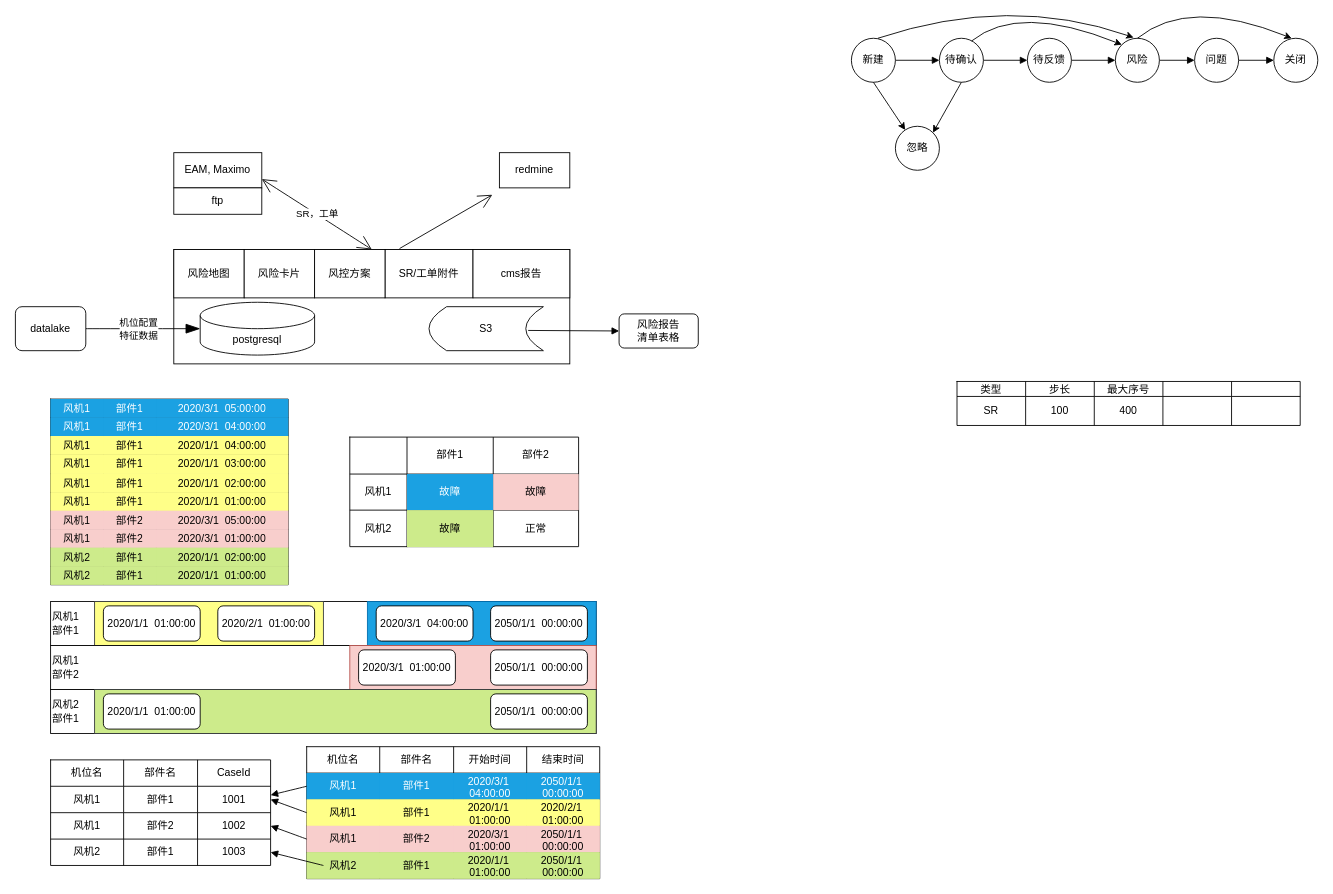
Earlier version of the draw.io diagram 云端透视.drawio (tonyleifang/tony). Source tidied: cells renumbered, new cells numbered last; positions are measured from the earlier drawing's top-left corner, leaving out a move shared by most shapes. Both pictures are drawn from the tidied source at 88%, with x=0, y=0 at pixel (15, -6).
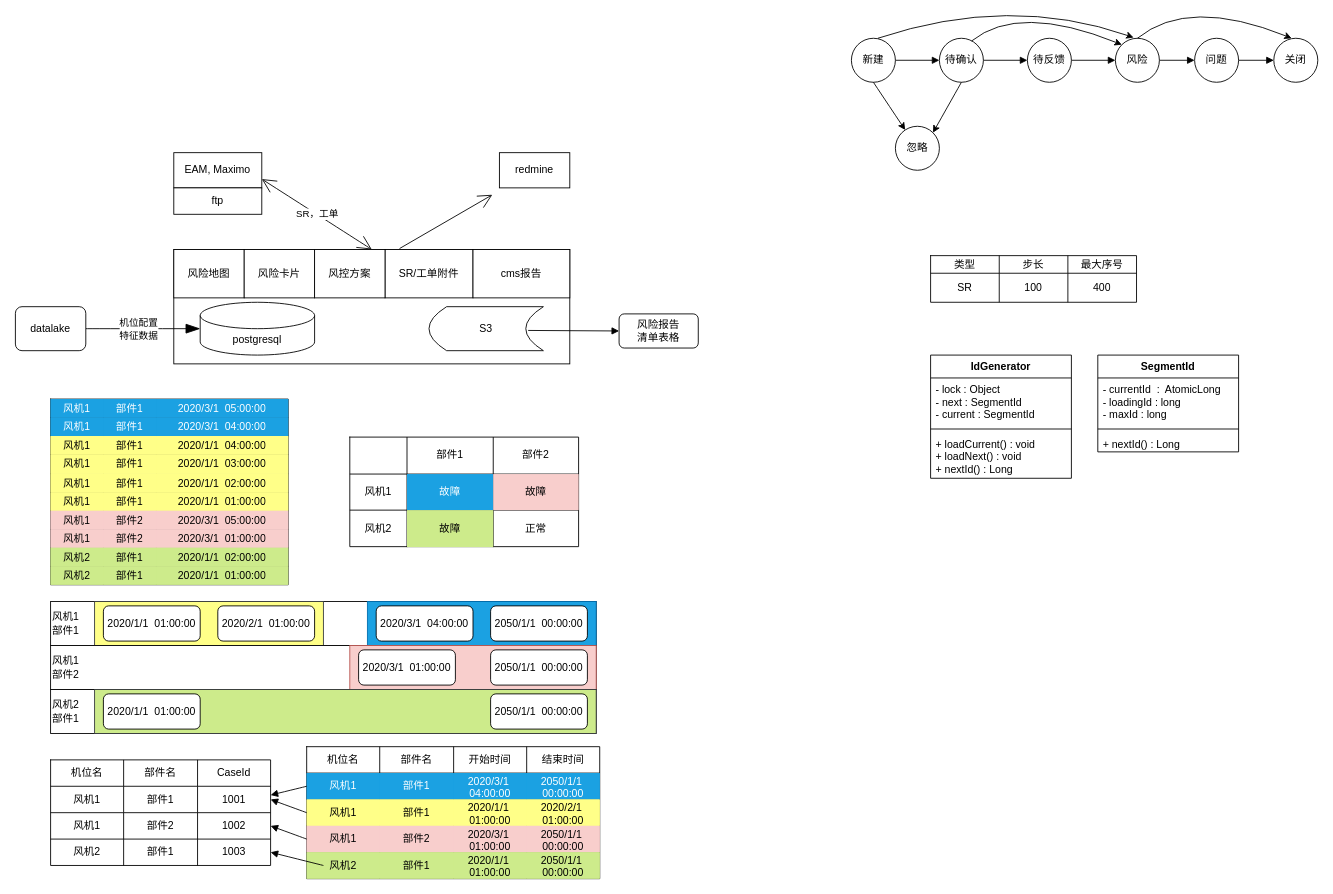
The same diagram, later.

Commit message:
更新云端透视.drawio

What changed in the source:
```diff
@@
     <mxCell id="89" style="shape=table;startSize=0;childLayout=tableLayout;rounded=0;" parent="1" vertex="1">
-      <mxGeometry x="1070" y="440" width="390" height="50" as="geometry" />
+      <mxGeometry x="1040" y="297" width="234" height="53" as="geometry" />
     </mxCell>
     <mxCell id="90" style="shape=partialRectangle;fillColor=none;top=0;left=0;bottom=0;right=0;rounded=0;" parent="89" vertex="1">
-      <mxGeometry width="390" height="17" as="geometry" />
+      <mxGeometry width="234" height="20" as="geometry" />
     </mxCell>
     <mxCell id="91" value="类型" style="shape=partialRectangle;html=1;whiteSpace=wrap;overflow=hidden;fillColor=none;top=0;left=0;bottom=0;right=0;rounded=0;" parent="90" vertex="1">
-      <mxGeometry width="78" height="17" as="geometry" />
+      <mxGeometry width="78" height="20" as="geometry" />
     </mxCell>
     <mxCell id="92" value="步长" style="shape=partialRectangle;html=1;whiteSpace=wrap;overflow=hidden;fillColor=none;top=0;left=0;bottom=0;right=0;rounded=0;" parent="90" vertex="1">
-      <mxGeometry x="78" width="78" height="17" as="geometry" />
+      <mxGeometry x="78" width="78" height="20" as="geometry" />
     </mxCell>
     <mxCell id="93" value="最大序号" style="shape=partialRectangle;html=1;whiteSpace=wrap;overflow=hidden;fillColor=none;top=0;left=0;bottom=0;right=0;rounded=0;" parent="90" vertex="1">
-      <mxGeometry x="156" width="78" height="17" as="geometry" />
+      <mxGeometry x="156" width="78" height="20" as="geometry" />
     </mxCell>
-    <mxCell id="94" style="shape=partialRectangle;html=1;whiteSpace=wrap;overflow=hidden;fillColor=none;top=0;left=0;bottom=0;right=0;rounded=0;" parent="90" vertex="1">
-      <mxGeometry x="234" width="78" height="17" as="geometry" />
-    </mxCell>
-    <mxCell id="95" style="shape=partialRectangle;html=1;whiteSpace=wrap;overflow=hidden;fillColor=none;top=0;left=0;bottom=0;right=0;rounded=0;" parent="90" vertex="1">
-      <mxGeometry x="312" width="78" height="17" as="geometry" />
-    </mxCell>
     <mxCell id="96" style="shape=partialRectangle;fillColor=none;top=0;left=0;bottom=0;right=0;rounded=0;" parent="89" vertex="1">
-      <mxGeometry y="17" width="390" height="33" as="geometry" />
+      <mxGeometry y="20" width="234" height="33" as="geometry" />
     </mxCell>
@@
-    <mxCell id="100" style="shape=partialRectangle;html=1;whiteSpace=wrap;overflow=hidden;fillColor=none;top=0;left=0;bottom=0;right=0;rounded=0;" parent="96" vertex="1">
-      <mxGeometry x="234" width="78" height="33" as="geometry" />
-    </mxCell>
-    <mxCell id="101" style="shape=partialRectangle;html=1;whiteSpace=wrap;overflow=hidden;fillColor=none;top=0;left=0;bottom=0;right=0;rounded=0;" parent="96" vertex="1">
-      <mxGeometry x="312" width="78" height="33" as="geometry" />
-    </mxCell>
@@
+    <mxCell id="166" value="IdGenerator" style="swimlane;fontStyle=1;align=center;verticalAlign=top;horizontal=1;startSize=26;rounded=0;labelBorderColor=none;gradientColor=none;html=0;" parent="1" vertex="1">
+      <mxGeometry x="1040" y="410" width="160" height="140" as="geometry" />
+    </mxCell>
+    <mxCell id="167" value="- lock : Object&#10;- next : SegmentId&#10;- current : SegmentId" style="text;strokeColor=none;fillColor=none;align=left;verticalAlign=top;spacingLeft=4;spacingRight=4;overflow=hidden;rounded=0;labelBorderColor=none;html=0;" parent="166" vertex="1">
+      <mxGeometry y="26" width="160" height="54" as="geometry" />
+    </mxCell>
+    <mxCell id="168" style="line;strokeWidth=1;fillColor=none;align=left;verticalAlign=middle;spacingTop=-1;spacingLeft=3;spacingRight=3;labelPosition=right;rounded=0;labelBorderColor=none;html=0;" parent="166" vertex="1">
+      <mxGeometry y="80" width="160" height="8" as="geometry" />
+    </mxCell>
+    <mxCell id="169" value="+ loadCurrent() : void&#10;+ loadNext() : void&#10;+ nextId() : Long" style="text;strokeColor=none;fillColor=none;align=left;verticalAlign=top;spacingLeft=4;spacingRight=4;overflow=hidden;rounded=0;labelBorderColor=none;html=0;" parent="166" vertex="1">
+      <mxGeometry y="88" width="160" height="52" as="geometry" />
+    </mxCell>
+    <mxCell id="170" value="SegmentId" style="swimlane;fontStyle=1;align=center;verticalAlign=top;horizontal=1;startSize=26;rounded=0;labelBorderColor=none;gradientColor=none;html=0;" parent="1" vertex="1">
+      <mxGeometry x="1230" y="410" width="160" height="110" as="geometry" />
+    </mxCell>
+    <mxCell id="171" value="- currentId  :  AtomicLong&#10;- loadingId : long&#10;- maxId : long" style="text;strokeColor=none;fillColor=none;align=left;verticalAlign=top;spacingLeft=4;spacingRight=4;overflow=hidden;rounded=0;labelBorderColor=none;html=0;" parent="170" vertex="1">
+      <mxGeometry y="26" width="160" height="54" as="geometry" />
+    </mxCell>
+    <mxCell id="172" style="line;strokeWidth=1;fillColor=none;align=left;verticalAlign=middle;spacingTop=-1;spacingLeft=3;spacingRight=3;labelPosition=right;rounded=0;labelBorderColor=none;html=0;" parent="170" vertex="1">
+      <mxGeometry y="80" width="160" height="8" as="geometry" />
+    </mxCell>
+    <mxCell id="173" value="+ nextId() : Long" style="text;strokeColor=none;fillColor=none;align=left;verticalAlign=top;spacingLeft=4;spacingRight=4;overflow=hidden;rounded=0;labelBorderColor=none;html=0;" parent="170" vertex="1">
+      <mxGeometry y="88" width="160" height="22" as="geometry" />
+    </mxCell>
```
